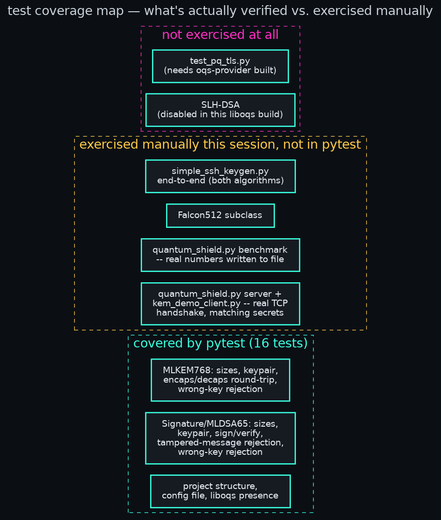
Earlier version of the Graphviz export diagrams/08-test-coverage-map.png (danindiana/quantum-shield). Its source is kept beside it as diagrams/08-test-coverage-map.dot.
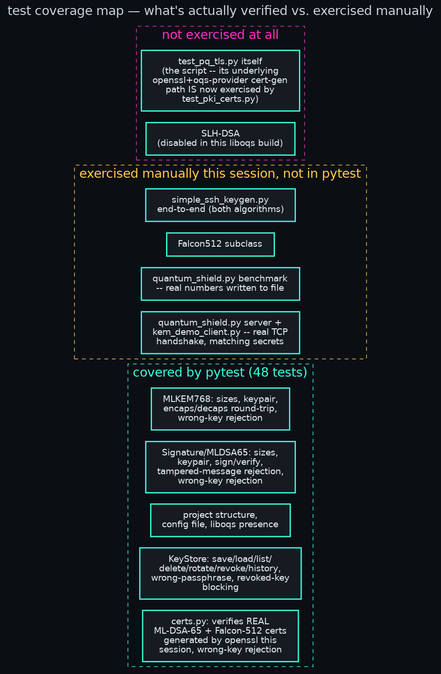
The same file after the commit.

What changed in the source:
```diff
@@ -10,13 +10,15 @@
   edge [color="#8f5cff", fontcolor="#c9d1d9", fontname="Helvetica", penwidth=1.6, fontsize=11];
 
   subgraph cluster_tested {
-    label="covered by pytest (16 tests)";
+    label="covered by pytest (48 tests)";
     fontcolor="#39ffe0";
     color="#39ffe0";
     style=dashed;
     kem_tests [label="MLKEM768: sizes, keypair,\nencaps/decaps round-trip,\nwrong-key rejection", color="#39ffe0"];
     sig_tests [label="Signature/MLDSA65: sizes,\nkeypair, sign/verify,\ntampered-message rejection,\nwrong-key rejection", color="#39ffe0"];
     setup_tests [label="project structure,\nconfig file, liboqs presence"];
+    kms_tests [label="KeyStore: save/load/list/\ndelete/rotate/revoke/history,\nwrong-passphrase, revoked-key\nblocking", color="#39ffe0"];
+    pki_tests [label="certs.py: verifies REAL\nML-DSA-65 + Falcon-512 certs\ngenerated by openssl this\nsession, wrong-key rejection", color="#39ffe0"];
   }
 
   subgraph cluster_manual {
@@ -35,7 +37,7 @@
     fontcolor="#ff2ec4";
     color="#ff2ec4";
     style=dashed;
-    tls [label="test_pq_tls.py\n(needs oqs-provider built)"];
+    tls [label="test_pq_tls.py itself\n(the script -- its underlying\nopenssl+oqs-provider cert-gen\npath IS now exercised by\ntest_pki_certs.py)"];
     slhdsa [label="SLH-DSA\n(disabled in this liboqs build)"];
   }
 }
```
